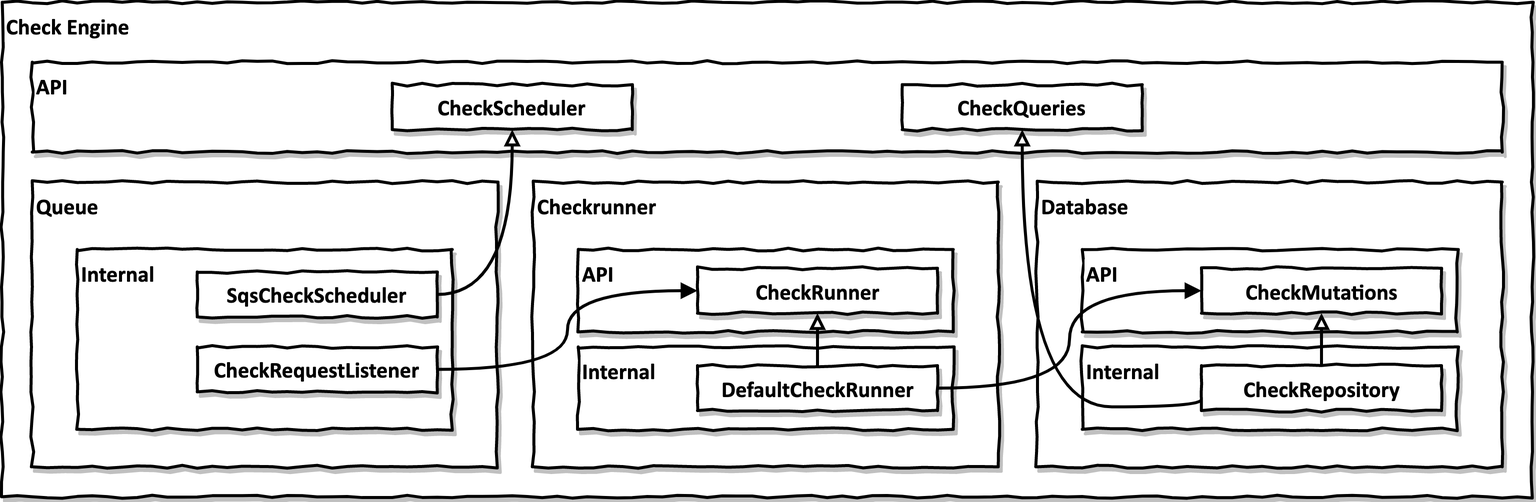
Earlier version of the draw.io export check-engine.drawio.png (thombergs/components-example). Source tidied: cells renumbered, new cells last; positions are measured from the earlier drawing's top-left corner, leaving out a move shared by most shapes.
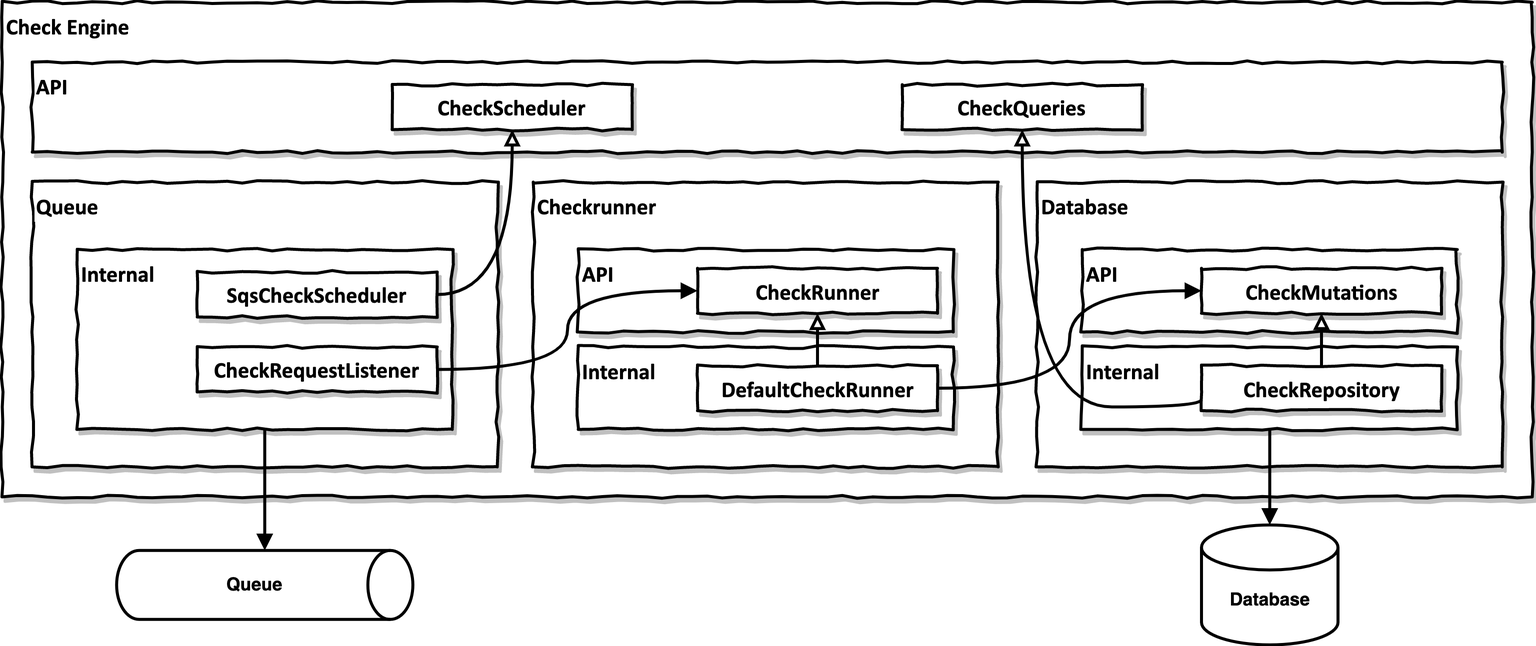
After the commit.

Diff of the diagram source:
```diff
@@ -79,5 +79,23 @@
     <mxCell id="25" style="endArrow=block;html=1;rounded=0;entryX=0;entryY=0.5;entryDx=0;entryDy=0;exitX=1;exitY=0.5;exitDx=0;exitDy=0;fontSize=12;strokeWidth=2;edgeStyle=orthogonalEdgeStyle;curved=1;endFill=1;" parent="1" edge="1" source="21" target="14">
       <mxGeometry relative="1" as="geometry" />
     </mxCell>
+    <mxCell id="26" style="shape=cylinder3;whiteSpace=wrap;html=1;boundedLbl=1;backgroundOutline=1;size=15;strokeWidth=2;" parent="1" vertex="1">
+      <mxGeometry x="799.5" y="348.8" width="91" height="80" as="geometry" />
+    </mxCell>
+    <mxCell id="27" style="shape=cylinder3;whiteSpace=wrap;html=1;boundedLbl=1;backgroundOutline=1;size=15;strokeWidth=2;rotation=90;" parent="1" vertex="1">
+      <mxGeometry x="152" y="290" width="46" height="197.5" as="geometry" />
+    </mxCell>
+    <mxCell id="28" value="Queue" style="text;html=1;align=center;verticalAlign=middle;strokeColor=none;fillColor=none;strokeWidth=1;fontStyle=1;" parent="1" vertex="1">
+      <mxGeometry x="138" y="373.8" width="60" height="30" as="geometry" />
+    </mxCell>
+    <mxCell id="29" value="Database" style="text;html=1;align=center;verticalAlign=middle;strokeColor=none;fillColor=none;strokeWidth=1;fontStyle=1;" parent="1" vertex="1">
+      <mxGeometry x="805" y="383.8" width="80" height="30" as="geometry" />
+    </mxCell>
+    <mxCell id="30" style="endArrow=block;html=1;rounded=0;entryX=0;entryY=0.5;entryDx=0;entryDy=0;exitX=0.5;exitY=1;exitDx=0;exitDy=0;fontSize=12;strokeWidth=2;edgeStyle=orthogonalEdgeStyle;curved=1;endFill=1;entryPerimeter=0;" parent="1" edge="1" source="8" target="27">
+      <mxGeometry relative="1" as="geometry" />
+    </mxCell>
+    <mxCell id="31" style="endArrow=block;html=1;rounded=0;entryX=0.5;entryY=0;entryDx=0;entryDy=0;exitX=0.5;exitY=1;exitDx=0;exitDy=0;fontSize=12;strokeWidth=2;edgeStyle=orthogonalEdgeStyle;curved=1;endFill=1;entryPerimeter=0;" parent="1" edge="1" source="4" target="26">
+      <mxGeometry relative="1" as="geometry" />
+    </mxCell>
   </root>
 </mxGraphModel>
```
